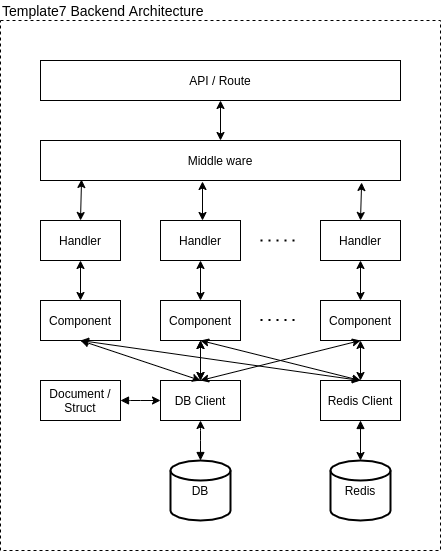
Template7/backend keeps this draw.io diagram as resource/readme/architecture.png. Above is the earlier version. Source tidied: cells renumbered, new cells last; positions are measured from the earlier drawing's top-left corner, leaving out a move shared by most shapes.
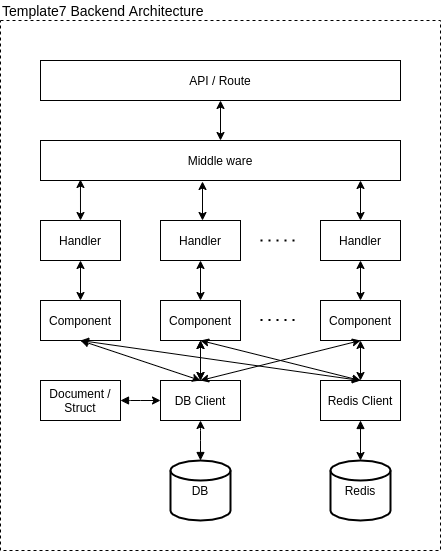
After the commit.

Diff of the diagram source:
```diff
@@ -93,7 +93,7 @@
     <mxCell id="28" style="endArrow=classic;startArrow=classic;html=1;entryX=0.5;entryY=1;entryDx=0;entryDy=0;exitX=0.5;exitY=0;exitDx=0;exitDy=0;" parent="1" edge="1" source="16" target="9">
       <mxGeometry relative="1" as="geometry" />
     </mxCell>
-    <mxCell id="29" style="endArrow=classic;startArrow=classic;html=1;entryX=0.114;entryY=0.975;entryDx=0;entryDy=0;exitX=0.5;exitY=0;exitDx=0;exitDy=0;entryPerimeter=0;" parent="1" edge="1" source="5" target="4">
+    <mxCell id="29" style="endArrow=classic;startArrow=classic;html=1;exitX=0.5;exitY=0;exitDx=0;exitDy=0;entryX=0.111;entryY=0.975;entryDx=0;entryDy=0;entryPerimeter=0;" parent="1" edge="1" source="5" target="4">
       <mxGeometry relative="1" as="geometry" />
     </mxCell>
     <mxCell id="30" style="endArrow=classic;startArrow=classic;html=1;entryX=0.45;entryY=1.025;entryDx=0;entryDy=0;entryPerimeter=0;" parent="1" edge="1" target="4">
@@ -101,8 +101,10 @@
         <mxPoint x="202" y="220" as="sourcePoint" />
       </mxGeometry>
     </mxCell>
-    <mxCell id="31" style="endArrow=classic;startArrow=classic;html=1;entryX=0.5;entryY=0;entryDx=0;entryDy=0;exitX=0.892;exitY=1.05;exitDx=0;exitDy=0;exitPerimeter=0;" parent="1" edge="1" source="4" target="7">
-      <mxGeometry relative="1" as="geometry" />
+    <mxCell id="31" style="endArrow=classic;startArrow=classic;html=1;entryX=0.5;entryY=0;entryDx=0;entryDy=0;" parent="1" edge="1" target="7">
+      <mxGeometry relative="1" as="geometry">
+        <mxPoint x="360" y="180" as="sourcePoint" />
+      </mxGeometry>
     </mxCell>
     <mxCell id="32" style="endArrow=classic;startArrow=classic;html=1;entryX=0.5;entryY=0;entryDx=0;entryDy=0;exitX=0.5;exitY=1;exitDx=0;exitDy=0;" parent="1" edge="1" source="3" target="4">
       <mxGeometry relative="1" as="geometry" />
```
